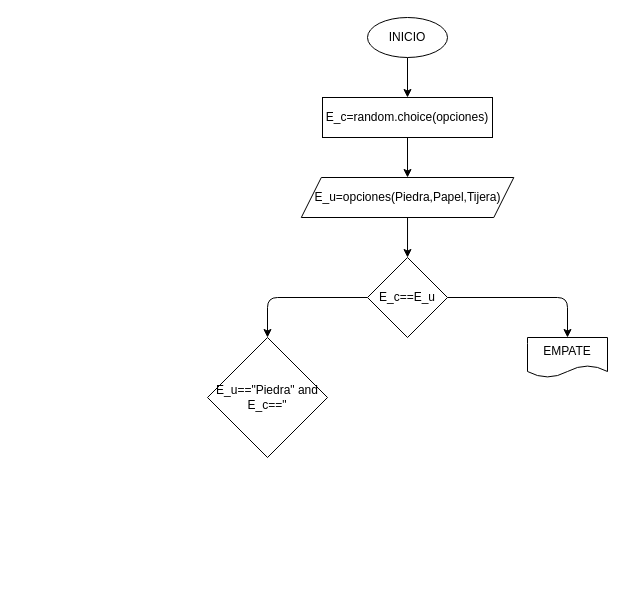
Before: Piedra_papel_tijera.drawio in lorcrop/Piedra_Ppel_Tijera, a draw.io diagram. Source tidied: cells renumbered, new cells numbered last; positions are measured from the earlier drawing's top-left corner, leaving out a move shared by most shapes. Both pictures are drawn from the tidied source at 100%, with x=0, y=0 at pixel (207, 17).
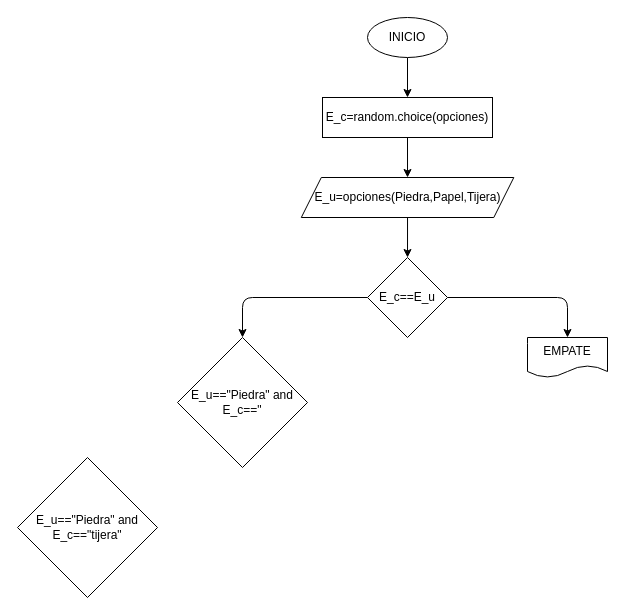
The same page after the edit.

Change to the diagram source:
```diff
@@
 <mxGraphModel>
   <root>
     <mxCell id="0" />
     <mxCell id="1" parent="0" />
     <mxCell id="2" style="edgeStyle=none;html=1;" parent="1" edge="1" source="3" target="5">
       <mxGeometry relative="1" as="geometry" />
     </mxCell>
     <mxCell id="3" value="INICIO" style="ellipse;whiteSpace=wrap;html=1;" parent="1" vertex="1">
       <mxGeometry x="160" width="80" height="40" as="geometry" />
     </mxCell>
     <mxCell id="4" style="edgeStyle=none;html=1;" parent="1" edge="1" source="5" target="7">
       <mxGeometry relative="1" as="geometry" />
     </mxCell>
     <mxCell id="5" value="E_c=random.choice(opciones)" style="rounded=0;whiteSpace=wrap;html=1;" parent="1" vertex="1">
       <mxGeometry x="115" y="80" width="170" height="40" as="geometry" />
     </mxCell>
     <mxCell id="6" style="edgeStyle=none;html=1;" parent="1" edge="1" source="7" target="10">
       <mxGeometry relative="1" as="geometry" />
     </mxCell>
     <mxCell id="7" value="E_u=opciones(Piedra,Papel,Tijera)" style="shape=parallelogram;perimeter=parallelogramPerimeter;whiteSpace=wrap;html=1;fixedSize=1;" parent="1" vertex="1">
       <mxGeometry x="93.8" y="160" width="212.5" height="40" as="geometry" />
     </mxCell>
     <mxCell id="8" style="edgeStyle=orthogonalEdgeStyle;html=1;entryX=0.5;entryY=0;entryDx=0;entryDy=0;" parent="1" edge="1" source="10" target="11">
       <mxGeometry relative="1" as="geometry" />
     </mxCell>
     <mxCell id="9" style="edgeStyle=orthogonalEdgeStyle;html=1;entryX=0.5;entryY=0;entryDx=0;entryDy=0;" parent="1" edge="1" source="10" target="12">
       <mxGeometry relative="1" as="geometry" />
     </mxCell>
     <mxCell id="10" value="E_c==E_u" style="rhombus;whiteSpace=wrap;html=1;" parent="1" vertex="1">
       <mxGeometry x="160" y="240" width="80" height="80" as="geometry" />
     </mxCell>
     <mxCell id="11" value="EMPATE" style="shape=document;whiteSpace=wrap;html=1;boundedLbl=1;" parent="1" vertex="1">
       <mxGeometry x="320" y="320" width="80" height="40" as="geometry" />
     </mxCell>
     <mxCell id="12" value="E_u==&quot;Piedra&quot; and E_c==&quot;" style="rhombus;whiteSpace=wrap;html=1;" parent="1" vertex="1">
-      <mxGeometry y="320" width="120" height="120" as="geometry" />
+      <mxGeometry x="-30" y="320" width="130" height="130" as="geometry" />
     </mxCell>
+    <mxCell id="13" value="E_u==&quot;Piedra&quot; and E_c==&quot;tijera&quot;" style="rhombus;whiteSpace=wrap;html=1;" parent="1" vertex="1">
+      <mxGeometry x="-190" y="440" width="140" height="140" as="geometry" />
+    </mxCell>
   </root>
 </mxGraphModel>
```
